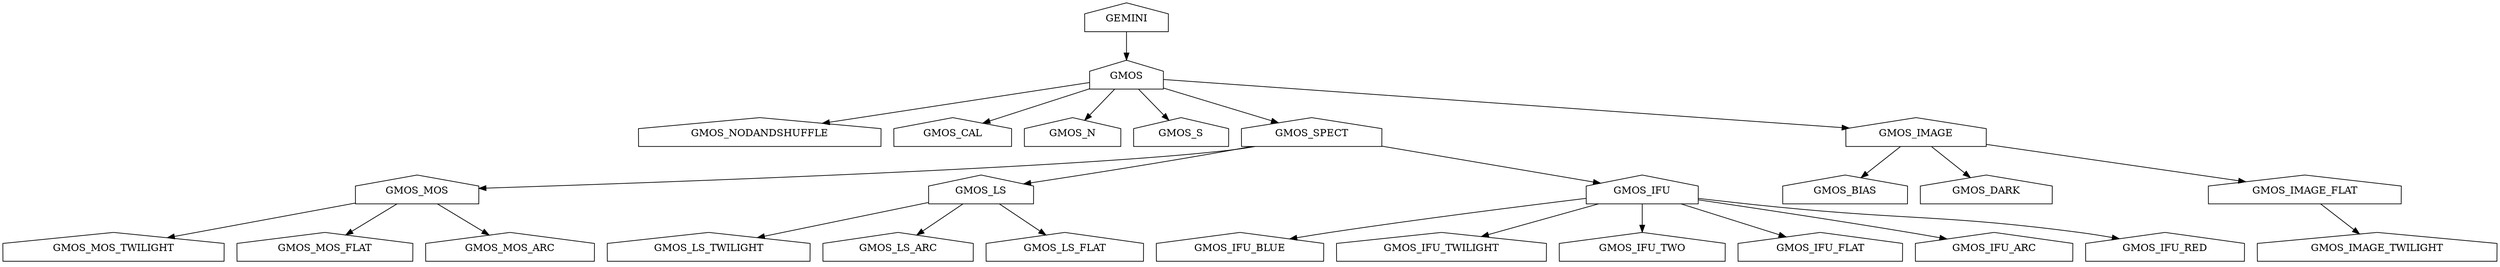
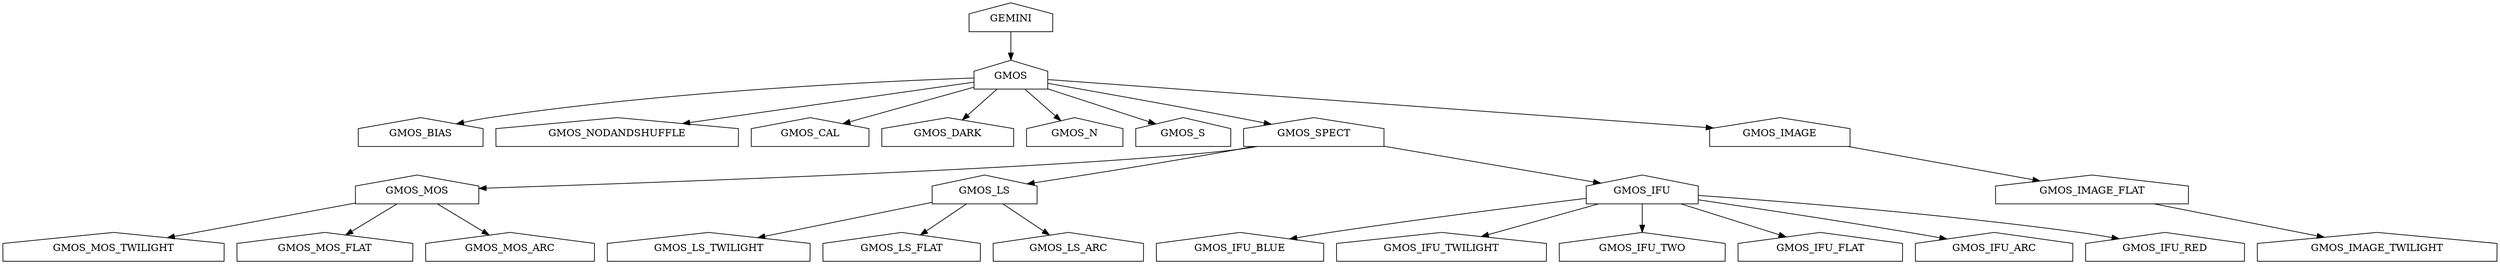
digraph GEMINI_Type_Graph {
	node [label="\N"];
	graph [bb="0,0,3516,374"];
- 	GMOS [URL="GMOS-tree-pd.svg", shape=house, tooltip="ADCONFIG_Gemini/classifications/types/GMOS/gemdtype.GMOS.py", pos="1584,269", width="1.4444", height="0.625"];
- 	GMOS_BIAS [URL="GMOS-tree-pd.svg", shape=house, tooltip="ADCONFIG_Gemini/classifications/types/GMOS/gemdtype.GMOS_BIAS.py", pos="2597,105", width="2.4444", height="0.625"];
+ 	GMOS [URL="GMOS-tree-pd.svg", shape=house, tooltip="ADCONFIG_Gemini/classifications/types/GMOS/gemdtype.GMOS.py", pos="1421,269", width="1.4444", height="0.625"];
+ 	GMOS_BIAS [URL="GMOS-tree-pd.svg", shape=house, tooltip="ADCONFIG_Gemini/classifications/types/GMOS/gemdtype.GMOS_BIAS.py", pos="589,187", width="2.4444", height="0.625"];
	GMOS_IFU_BLUE [URL="GMOS-tree-pd.svg", shape=house, tooltip="ADCONFIG_Gemini/classifications/types/GMOS/gemdtype.GMOS_IFU_BLUE.py", pos="1744,23", width="3.2778", height="0.625"];
	GMOS_MOS [URL="GMOS-tree-pd.svg", shape=house, tooltip="ADCONFIG_Gemini/classifications/types/GMOS/gemdtype.GMOS_MOS.py", pos="584,105", width="2.4167", height="0.625"];
	GMOS_IFU_TWILIGHT [URL="GMOS-tree-pd.svg", shape=house, tooltip="ADCONFIG_Gemini/classifications/types/GMOS/gemdtype.GMOS_IFU_TWILIGHT.py", pos="2028,23", width="4.1111", height="0.625"];
- 	GMOS_NODANDSHUFFLE [URL="GMOS-tree-pd.svg", shape=house, tooltip="ADCONFIG_Gemini/classifications/types/GMOS/gemdtype.GMOS_NODANDSHUFFLE.py", pos="1067,187", width="4.75", height="0.625"];
- 	GEMINI [URL="GEMINI-tree-pd.svg", shape=house, tooltip="ADCONFIG_Gemini/classifications/types/gemdtype.GEMINI.py", pos="1584,351", width="1.6389", height="0.625"];
- 	GMOS_LS [URL="GMOS-tree-pd.svg", shape=house, tooltip="ADCONFIG_Gemini/classifications/types/GMOS/gemdtype.GMOS_LS.py", pos="1379,105", width="2.0556", height="0.625"];
+ 	GMOS_NODANDSHUFFLE [URL="GMOS-tree-pd.svg", shape=house, tooltip="ADCONFIG_Gemini/classifications/types/GMOS/gemdtype.GMOS_NODANDSHUFFLE.py", pos="866,187", width="4.75", height="0.625"];
+ 	GEMINI [URL="GEMINI-tree-pd.svg", shape=house, tooltip="ADCONFIG_Gemini/classifications/types/gemdtype.GEMINI.py", pos="1421,351", width="1.6389", height="0.625"];
+ 	GMOS_LS [URL="GMOS-tree-pd.svg", shape=house, tooltip="ADCONFIG_Gemini/classifications/types/GMOS/gemdtype.GMOS_LS.py", pos="1384,105", width="2.0556", height="0.625"];
	GMOS_IFU_TWO [URL="GMOS-tree-pd.svg", shape=house, tooltip="ADCONFIG_Gemini/classifications/types/GMOS/gemdtype.GMOS_IFU_TWO.py", pos="2311,23", width="3.25", height="0.625"];
	GMOS_IFU_FLAT [URL="GMOS-tree-pd.svg", shape=house, tooltip="ADCONFIG_Gemini/classifications/types/GMOS/gemdtype.GMOS_IFU_FLAT.py", pos="2562,23", width="3.2222", height="0.625"];
	GMOS_MOS_TWILIGHT [URL="GMOS-tree-pd.svg", shape=house, tooltip="ADCONFIG_Gemini/classifications/types/GMOS/gemdtype.GMOS_MOS_TWILIGHT.py", pos="156,23", width="4.3333", height="0.625"];
	GMOS_MOS_FLAT [URL="GMOS-tree-pd.svg", shape=house, tooltip="ADCONFIG_Gemini/classifications/types/GMOS/gemdtype.GMOS_MOS_FLAT.py", pos="454,23", width="3.4444", height="0.625"];
	GMOS_MOS_ARC [URL="GMOS-tree-pd.svg", shape=house, tooltip="ADCONFIG_Gemini/classifications/types/GMOS/gemdtype.GMOS_MOS_ARC.py", pos="715,23", width="3.3056", height="0.625"];
- 	GMOS_CAL [URL="GMOS-tree-pd.svg", shape=house, tooltip="ADCONFIG_Gemini/classifications/types/GMOS/gemdtype.GMOS_CAL.py", pos="1339,187", width="2.3056", height="0.625"];
+ 	GMOS_CAL [URL="GMOS-tree-pd.svg", shape=house, tooltip="ADCONFIG_Gemini/classifications/types/GMOS/gemdtype.GMOS_CAL.py", pos="1138,187", width="2.3056", height="0.625"];
	GMOS_IMAGE_TWILIGHT [URL="GMOS-tree-pd.svg", shape=house, tooltip="ADCONFIG_Gemini/classifications/types/GMOS/gemdtype.GMOS_IMAGE_TWILIGHT.py", pos="3347,23", width="4.6944", height="0.625"];
	GMOS_LS_TWILIGHT [URL="GMOS-tree-pd.svg", shape=house, tooltip="ADCONFIG_Gemini/classifications/types/GMOS/gemdtype.GMOS_LS_TWILIGHT.py", pos="995,23", width="3.9722", height="0.625"];
- 	GMOS_LS_ARC [URL="GMOS-tree-pd.svg", shape=house, tooltip="ADCONFIG_Gemini/classifications/types/GMOS/gemdtype.GMOS_LS_ARC.py", pos="1262,23", width="2.9444", height="0.625"];
- 	GMOS_N [URL="GMOS-tree-pd.svg", shape=house, tooltip="ADCONFIG_Gemini/classifications/types/GMOS/gemdtype.GMOS_N.py", pos="1508,187", width="1.8889", height="0.625"];
- 	GMOS_LS_FLAT [URL="GMOS-tree-pd.svg", shape=house, tooltip="ADCONFIG_Gemini/classifications/types/GMOS/gemdtype.GMOS_LS_FLAT.py", pos="1497,23", width="3.0833", height="0.625"];
- 	GMOS_S [URL="GMOS-tree-pd.svg", shape=house, tooltip="ADCONFIG_Gemini/classifications/types/GMOS/gemdtype.GMOS_S.py", pos="1661,187", width="1.8611", height="0.625"];
- 	GMOS_SPECT [URL="GMOS-tree-pd.svg", shape=house, tooltip="ADCONFIG_Gemini/classifications/types/GMOS/gemdtype.GMOS_SPECT.py", pos="1845,187", width="2.75", height="0.625"];
+ 	GMOS_DARK [URL="GMOS-tree-pd.svg", shape=house, tooltip="ADCONFIG_Gemini/classifications/types/GMOS/gemdtype.GMOS_DARK.py", pos="1332,187", width="2.5833", height="0.625"];
+ 	GMOS_N [URL="GMOS-tree-pd.svg", shape=house, tooltip="ADCONFIG_Gemini/classifications/types/GMOS/gemdtype.GMOS_N.py", pos="1511,187", width="1.8889", height="0.625"];
+ 	GMOS_LS_FLAT [URL="GMOS-tree-pd.svg", shape=house, tooltip="ADCONFIG_Gemini/classifications/types/GMOS/gemdtype.GMOS_LS_FLAT.py", pos="1267,23", width="3.0833", height="0.625"];
+ 	GMOS_S [URL="GMOS-tree-pd.svg", shape=house, tooltip="ADCONFIG_Gemini/classifications/types/GMOS/gemdtype.GMOS_S.py", pos="1664,187", width="1.8611", height="0.625"];
+ 	GMOS_SPECT [URL="GMOS-tree-pd.svg", shape=house, tooltip="ADCONFIG_Gemini/classifications/types/GMOS/gemdtype.GMOS_SPECT.py", pos="1848,187", width="2.75", height="0.625"];
	GMOS_IFU_ARC [URL="GMOS-tree-pd.svg", shape=house, tooltip="ADCONFIG_Gemini/classifications/types/GMOS/gemdtype.GMOS_IFU_ARC.py", pos="2807,23", width="3.0833", height="0.625"];
	GMOS_IFU [URL="GMOS-tree-pd.svg", shape=house, tooltip="ADCONFIG_Gemini/classifications/types/GMOS/gemdtype.GMOS_IFU.py", pos="2311,105", width="2.1944", height="0.625"];
- 	GMOS_DARK [URL="GMOS-tree-pd.svg", shape=house, tooltip="ADCONFIG_Gemini/classifications/types/GMOS/gemdtype.GMOS_DARK.py", pos="2796,105", width="2.5833", height="0.625"];
- 	GMOS_IMAGE_FLAT [URL="GMOS-tree-pd.svg", shape=house, tooltip="ADCONFIG_Gemini/classifications/types/GMOS/gemdtype.GMOS_IMAGE_FLAT.py", pos="3245,105", width="3.7778", height="0.625"];
- 	GMOS_IMAGE [URL="GMOS-tree-pd.svg", shape=house, tooltip="ADCONFIG_Gemini/classifications/types/GMOS/gemdtype.GMOS_IMAGE.py", pos="2697,187", width="2.75", height="0.625"];
+ 	GMOS_LS_ARC [URL="GMOS-tree-pd.svg", shape=house, tooltip="ADCONFIG_Gemini/classifications/types/GMOS/gemdtype.GMOS_LS_ARC.py", pos="1502,23", width="2.9444", height="0.625"];
+ 	GMOS_IMAGE_FLAT [URL="GMOS-tree-pd.svg", shape=house, tooltip="ADCONFIG_Gemini/classifications/types/GMOS/gemdtype.GMOS_IMAGE_FLAT.py", pos="2945,105", width="3.7778", height="0.625"];
+ 	GMOS_IMAGE [URL="GMOS-tree-pd.svg", shape=house, tooltip="ADCONFIG_Gemini/classifications/types/GMOS/gemdtype.GMOS_IMAGE.py", pos="2937,187", width="2.75", height="0.625"];
	GMOS_IFU_RED [URL="GMOS-tree-pd.svg", shape=house, tooltip="ADCONFIG_Gemini/classifications/types/GMOS/gemdtype.GMOS_IFU_RED.py", pos="3048,23", width="3.1111", height="0.625"];
	GMOS_MOS -> GMOS_MOS_ARC [pos="e,684.79,41.91 613.4,86.598 631.93,74.998 656.07,59.89 676.16,47.309"];
- 	GMOS -> GMOS_SPECT [pos="e,1796.9,202.12 1636.2,252.6 1679.8,238.89 1742.1,219.34 1787.2,205.16"];
- 	GEMINI -> GMOS [pos="e,1584,291.62 1584,332.39 1584,323.32 1584,312.14 1584,301.7"];
- 	GMOS_LS -> GMOS_LS_ARC [pos="e,1289,41.91 1352.7,86.598 1336.4,75.154 1315.2,60.295 1297.4,47.818"];
+ 	GMOS -> GMOS_SPECT [pos="e,1787.5,200.18 1473,259.82 1536.2,248.57 1646.1,228.68 1740,210 1752.2,207.58 1765.1,204.91 1777.6,202.28"];
+ 	GEMINI -> GMOS [pos="e,1421,291.62 1421,332.39 1421,323.32 1421,312.14 1421,301.7"];
+ 	GMOS_LS -> GMOS_LS_ARC [pos="e,1474.8,41.91 1410.5,86.598 1426.9,75.154 1448.3,60.295 1466.3,47.818"];
	GMOS_MOS -> GMOS_MOS_FLAT [pos="e,484.43,42.196 554.83,86.598 536.57,75.08 512.82,60.104 492.96,47.577"];
- 	GMOS_IFU -> GMOS_IFU_RED [pos="e,2982.9,36.659 2390,94.724 2423.8,90.494 2463.8,85.724 2500,82 2689.4,62.493 2738.3,71.817 2927,46 2941.9,43.955 2957.8,41.291 \
- 2973,38.503"];
- 	GMOS_IMAGE_FLAT -> GMOS_IMAGE_TWILIGHT [pos="e,3321.3,43.648 3267.9,86.598 3281.3,75.84 3298.4,62.065 3313.3,50.087"];
- 	GMOS_LS -> GMOS_LS_TWILIGHT [pos="e,1065.6,38.07 1305,89.19 1239.2,75.157 1143.4,54.697 1075.8,40.246"];
- 	GMOS_LS -> GMOS_LS_FLAT [pos="e,1469.8,41.91 1405.5,86.598 1421.9,75.154 1443.3,60.295 1461.3,47.818"];
+ 	GMOS_IFU -> GMOS_IFU_RED [pos="e,2982.6,36.582 2390,99.776 2507.5,91.481 2735,73.38 2927,46 2941.7,43.903 2957.3,41.25 2972.3,38.498"];
+ 	GMOS_IMAGE_FLAT -> GMOS_IMAGE_TWILIGHT [pos="e,3270.3,38.651 3035.2,86.598 3102.5,72.876 3193.8,54.245 3260.2,40.696"];
+ 	GMOS_LS -> GMOS_LS_TWILIGHT [pos="e,1065.9,37.936 1309.9,89.383 1243,75.277 1144.7,54.562 1075.8,40.033"];
+ 	GMOS_LS -> GMOS_LS_FLAT [pos="e,1294,41.91 1357.7,86.598 1341.4,75.154 1320.2,60.295 1302.4,47.818"];
	GMOS_IFU -> GMOS_IFU_BLUE [pos="e,1814.8,36.41 2231.8,95.485 2143.5,84.634 1996.8,65.817 1871,46 1856,43.641 1840.1,40.921 1824.7,38.197"];
- 	GMOS_IMAGE -> GMOS_BIAS [pos="e,2619.9,123.82 2674.3,168.39 2660.6,157.15 2642.9,142.67 2628,130.38"];
	GMOS_MOS -> GMOS_MOS_TWILIGHT [pos="e,233.75,37.897 497.13,88.357 423.39,74.228 318.05,54.047 243.99,39.858"];
- 	GMOS -> GMOS_IMAGE [pos="e,2598.9,194.23 1636.2,265.15 1807.4,252.54 2354.3,212.25 2588.7,194.98"];
- 	GMOS -> GMOS_S [pos="e,1643.3,205.82 1601.5,250.39 1611.7,239.46 1624.9,225.47 1636.2,213.41"];
- 	GMOS_IMAGE -> GMOS_IMAGE_FLAT [pos="e,3159.1,117.85 2796.2,172.15 2896.4,157.16 3050.1,134.16 3149.1,119.35"];
+ 	GMOS -> GMOS_IMAGE [pos="e,2837.8,192.36 1473.2,266.18 1690.5,254.42 2526.3,209.22 2827.8,192.91"];
+ 	GMOS -> GMOS_S [pos="e,1624,200.51 1473.1,251.41 1515,237.29 1573.3,217.61 1614.4,203.73"];
+ 	GMOS -> GMOS_BIAS [pos="e,640.06,200.65 1369,267.55 1248.3,263.6 940.17,250.09 686,210 674.25,208.15 661.81,205.63 649.91,202.94"];
+ 	GMOS_IMAGE -> GMOS_IMAGE_FLAT [pos="e,2942.8,127.62 2938.8,168.39 2939.7,159.32 2940.8,148.14 2941.8,137.7"];
+ 	GMOS -> GMOS_DARK [pos="e,1353,206.39 1400.8,250.39 1388.9,239.41 1373.6,225.34 1360.5,213.24"];
	GMOS_IFU -> GMOS_IFU_ARC [pos="e,2739.8,36.294 2390,93.398 2466.2,82.021 2584.6,63.836 2687,46 2700.8,43.597 2715.4,40.905 2729.6,38.233"];
- 	GMOS_SPECT -> GMOS_LS [pos="e,1441.9,114.46 1760.5,168.61 1752.5,167 1744.6,165.44 1737,164 1638.6,145.42 1524.3,127.16 1451.8,115.99"];
- 	GMOS_SPECT -> GMOS_MOS [pos="e,671.11,107.66 1765.6,168.6 1756,166.82 1746.3,165.22 1737,164 1534,137.36 920.59,115.66 681.19,107.99"];
- 	GMOS -> GMOS_CAL [pos="e,1382.7,201.62 1532,251.61 1490.9,237.86 1433.8,218.73 1392.3,204.85"];
+ 	GMOS_SPECT -> GMOS_LS [pos="e,1446.5,114.48 1763.5,168.61 1755.5,167.01 1747.6,165.44 1740,164 1642.1,145.48 1528.5,127.2 1456.4,116.01"];
+ 	GMOS_SPECT -> GMOS_MOS [pos="e,670.91,107.64 1768.6,168.6 1759,166.82 1749.3,165.22 1740,164 1536.3,137.29 920.73,115.61 681.01,107.97"];
+ 	GMOS -> GMOS_CAL [pos="e,1185.8,200.85 1369.1,253.96 1320,239.74 1246.5,218.45 1195.7,203.71"];
	GMOS_IFU -> GMOS_IFU_TWO [pos="e,2311,45.624 2311,86.393 2311,77.32 2311,66.138 2311,55.703"];
- 	GMOS -> GMOS_NODANDSHUFFLE [pos="e,1157.8,201.4 1532.1,260.76 1447.1,247.29 1277.1,220.32 1167.9,203"];
+ 	GMOS -> GMOS_NODANDSHUFFLE [pos="e,960.84,201.01 1368.8,261.29 1278.1,247.88 1089.7,220.05 971.03,202.52"];
	GMOS_IFU -> GMOS_IFU_TWILIGHT [pos="e,2085.5,39.669 2247.5,86.598 2202.2,73.461 2141.3,55.822 2095.1,42.454"];
- 	GMOS_IMAGE -> GMOS_DARK [pos="e,2772.9,124.1 2719.5,168.39 2732.9,157.23 2750.3,142.87 2765,130.64"];
- 	GMOS_SPECT -> GMOS_IFU [pos="e,2250.1,115.72 1943.8,169.61 2032.7,153.97 2161.2,131.36 2240.2,117.46"];
+ 	GMOS_SPECT -> GMOS_IFU [pos="e,2250.3,115.75 1946.8,169.51 2034.8,153.91 2161.6,131.46 2240,117.57"];
	GMOS_IFU -> GMOS_IFU_FLAT [pos="e,2512.6,39.123 2367.3,86.598 2407.7,73.396 2462.1,55.648 2503.1,42.256"];
- 	GMOS -> GMOS_N [pos="e,1525.4,205.82 1566.8,250.39 1556.6,239.46 1543.7,225.47 1532.5,213.41"];
+ 	GMOS -> GMOS_N [pos="e,1491,205.25 1441.4,250.39 1453.8,239.1 1469.8,224.53 1483.3,212.2"];
}
